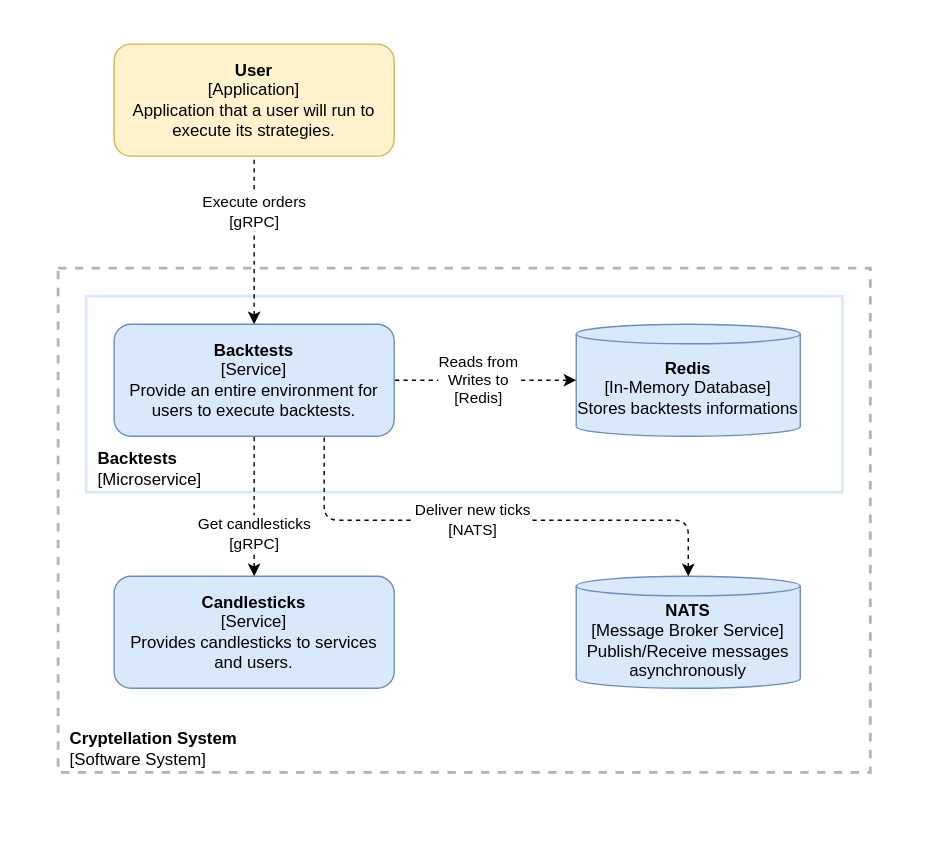
Before: website/docs/system/backtests/container-diagram.svg, a diagram exported from draw.io (lerenn/cryptellation). Source tidied: cells renumbered, new cells last; positions are measured from the earlier drawing's top-left corner, leaving out a move shared by most shapes.
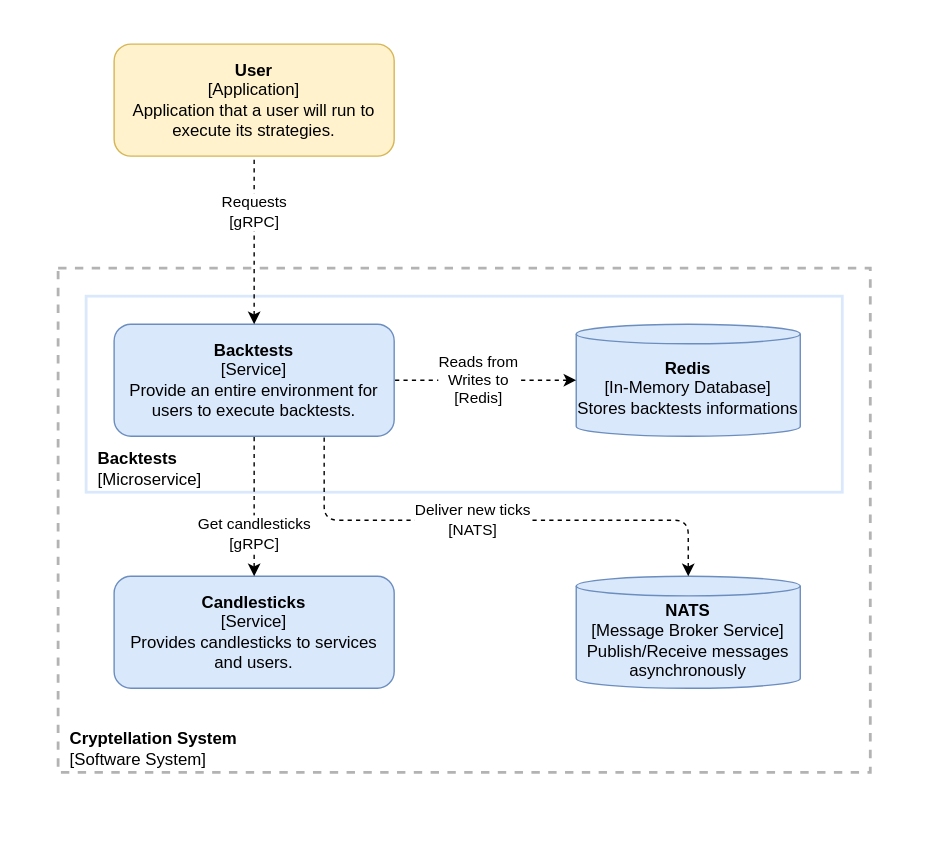
Above is the later version.

Commit message:
add backtest component diagram

Change to the diagram source:
```diff
@@ -23,7 +23,7 @@
     <mxCell id="8" value="&lt;b style=&quot;color: rgb(0 , 0 , 0) ; font-family: &amp;#34;helvetica&amp;#34; ; font-size: 12px ; font-style: normal ; letter-spacing: normal ; text-align: center ; text-indent: 0px ; text-transform: none ; word-spacing: 0px&quot;&gt;User&lt;/b&gt;&lt;br style=&quot;color: rgb(0 , 0 , 0) ; font-family: &amp;#34;helvetica&amp;#34; ; font-size: 12px ; font-style: normal ; font-weight: 400 ; letter-spacing: normal ; text-align: center ; text-indent: 0px ; text-transform: none ; word-spacing: 0px&quot;&gt;&lt;span style=&quot;color: rgb(0 , 0 , 0) ; font-family: &amp;#34;helvetica&amp;#34; ; font-size: 12px ; font-style: normal ; font-weight: 400 ; letter-spacing: normal ; text-align: center ; text-indent: 0px ; text-transform: none ; word-spacing: 0px ; display: inline ; float: none&quot;&gt;[Application]&lt;/span&gt;&lt;br style=&quot;color: rgb(0 , 0 , 0) ; font-family: &amp;#34;helvetica&amp;#34; ; font-size: 12px ; font-style: normal ; font-weight: 400 ; letter-spacing: normal ; text-align: center ; text-indent: 0px ; text-transform: none ; word-spacing: 0px&quot;&gt;&lt;span style=&quot;color: rgb(0 , 0 , 0) ; font-family: &amp;#34;helvetica&amp;#34; ; font-size: 12px ; font-style: normal ; font-weight: 400 ; letter-spacing: normal ; text-align: center ; text-indent: 0px ; text-transform: none ; word-spacing: 0px ; display: inline ; float: none&quot;&gt;Application that a user will run to execute its strategies.&lt;/span&gt;" style="rounded=1;whiteSpace=wrap;html=1;strokeColor=#d6b656;strokeWidth=1;fillColor=#fff2cc;" parent="1" vertex="1">
       <mxGeometry x="80" y="30" width="200" height="80" as="geometry" />
     </mxCell>
-    <mxCell id="9" value="&lt;font face=&quot;helvetica&quot;&gt;Execute orders&lt;br&gt;[gRPC]&lt;br&gt;&lt;/font&gt;" style="endArrow=none;dashed=1;html=1;entryX=0.5;entryY=1;entryDx=0;entryDy=0;edgeStyle=orthogonalEdgeStyle;startArrow=classic;startFill=1;" parent="1" edge="1" target="8">
+    <mxCell id="9" value="&lt;font face=&quot;helvetica&quot;&gt;Requests&lt;br&gt;[gRPC]&lt;br&gt;&lt;/font&gt;" style="endArrow=none;dashed=1;html=1;entryX=0.5;entryY=1;entryDx=0;entryDy=0;edgeStyle=orthogonalEdgeStyle;startArrow=classic;startFill=1;" parent="1" edge="1" target="8">
       <mxGeometry x="0.33" relative="1" as="geometry">
         <mxPoint x="180" y="230" as="sourcePoint" />
       </mxGeometry>
```
